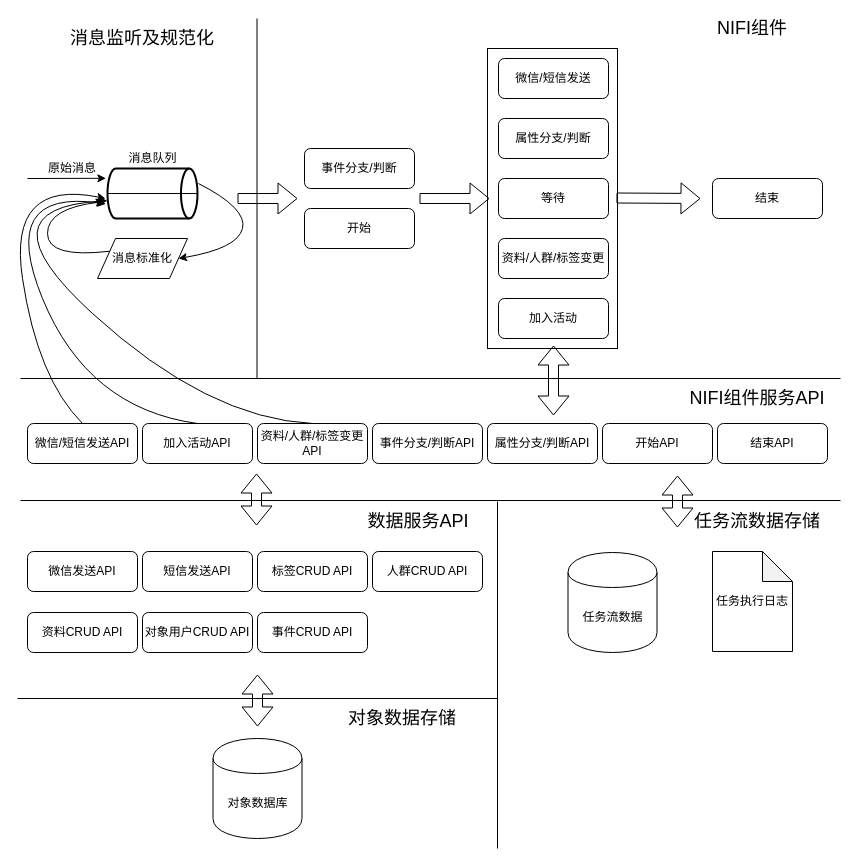
Above: MA_msg_data_flow.drawio in superjoeye/adhoc (draw.io), before the change. Source tidied: cells renumbered, new cells numbered last; positions are measured from the earlier drawing's top-left corner, leaving out a move shared by most shapes. Both pictures are drawn from the tidied source at 100%, with x=0, y=0 at pixel (-23, 18).
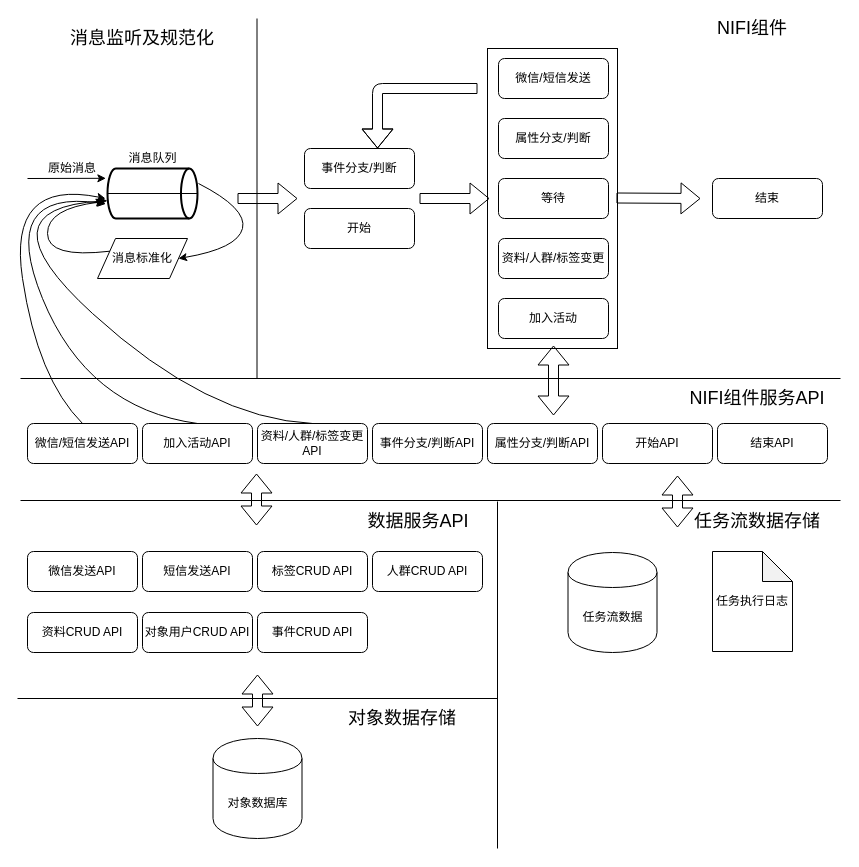
The same page after the edit.

Unchanged cells that the change refers to:
```xml
<mxCell id="13" value="事件分支/判断" style="rounded=1;whiteSpace=wrap;html=1;" parent="1" vertex="1">
  <mxGeometry x="327" y="130" width="110" height="40" as="geometry" />
</mxCell>
```

Change to the diagram source:
```diff
@@
+    <mxCell id="58" style="shape=flexArrow;endArrow=classic;html=1;entryX=0.664;entryY=0;entryDx=0;entryDy=0;entryPerimeter=0;" parent="1" edge="1" target="13">
+      <mxGeometry relative="1" as="geometry">
+        <mxPoint x="500" y="70" as="sourcePoint" />
+        <Array as="points">
+          <mxPoint x="400" y="70" />
+        </Array>
+      </mxGeometry>
+    </mxCell>
```
